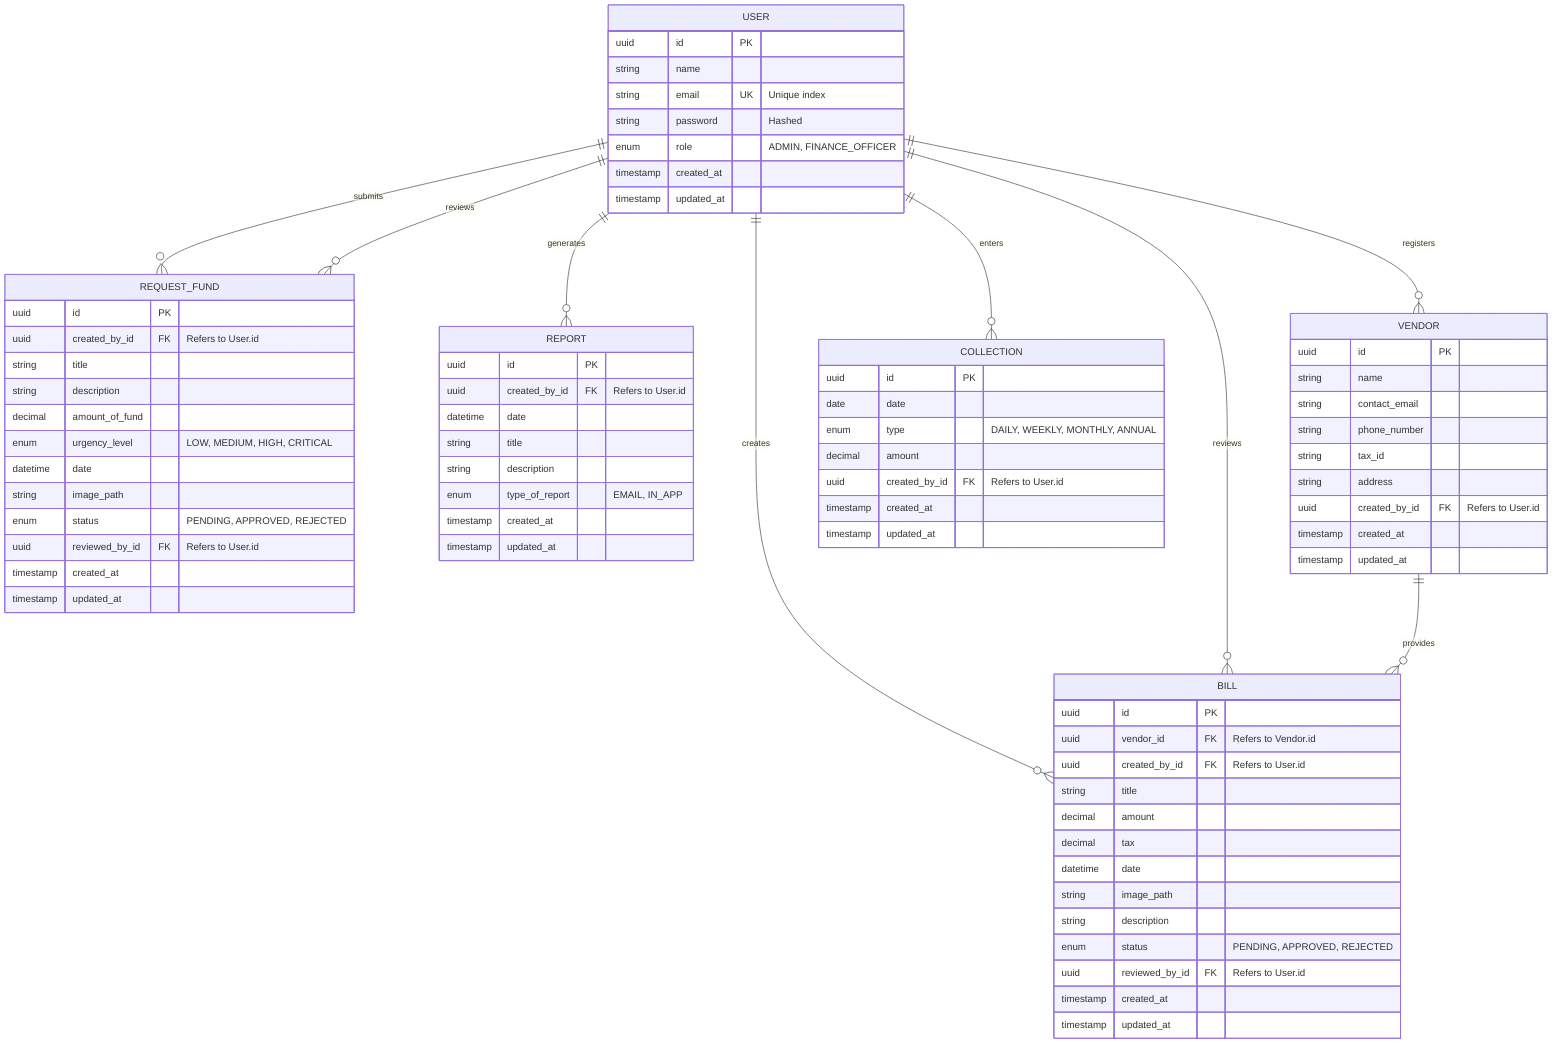
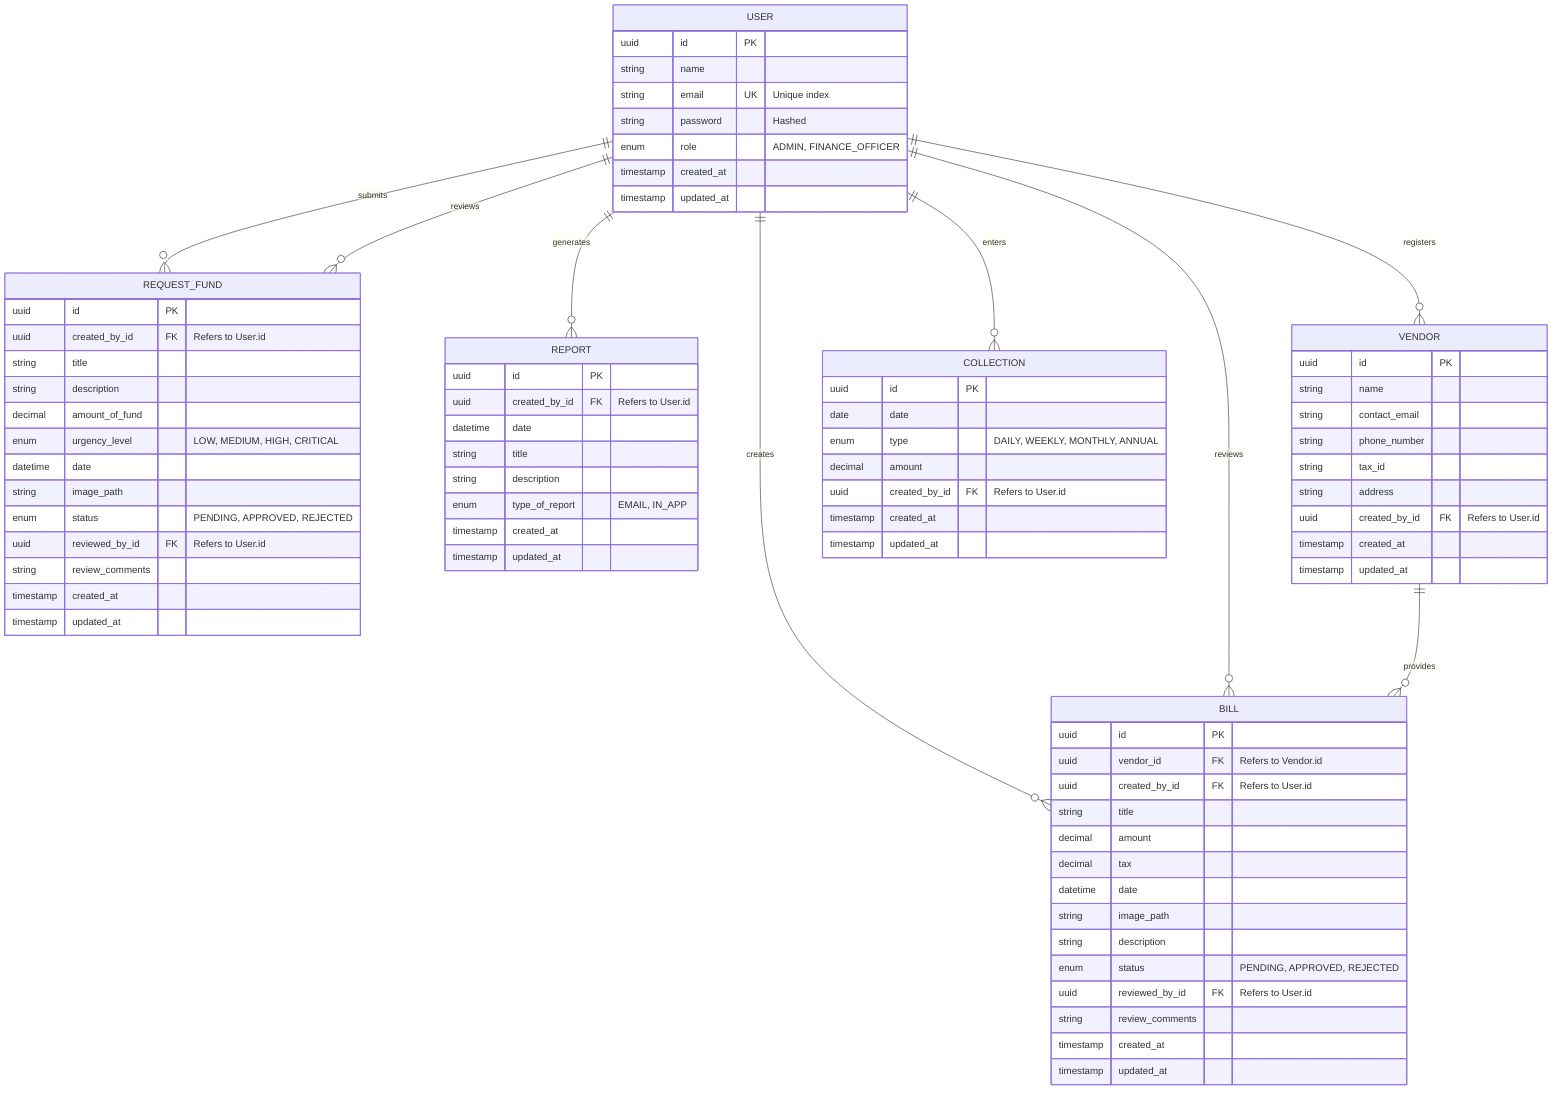
erDiagram
    %% Relationships
    USER ||--o{ BILL : "creates"
    USER ||--o{ REQUEST_FUND : "submits"
    USER ||--o{ REPORT : "generates"
    USER ||--o{ VENDOR : "registers"
    USER ||--o{ COLLECTION : "enters"
    USER ||--o{ BILL : "reviews"
    USER ||--o{ REQUEST_FUND : "reviews"
    VENDOR ||--o{ BILL : "provides"

    %% Tables
    USER {
        uuid id PK
        string name
        string email UK "Unique index"
        string password "Hashed"
        enum role "ADMIN, FINANCE_OFFICER"
        timestamp created_at
        timestamp updated_at
    }

    VENDOR {
        uuid id PK
        string name
        string contact_email
        string phone_number
        string tax_id
        string address
        uuid created_by_id FK "Refers to User.id"
        timestamp created_at
        timestamp updated_at
    }

    BILL {
        uuid id PK
        uuid vendor_id FK "Refers to Vendor.id"
        uuid created_by_id FK "Refers to User.id"
        string title
        decimal amount
        decimal tax
        datetime date
        string image_path
        string description
        enum status "PENDING, APPROVED, REJECTED"
        uuid reviewed_by_id FK "Refers to User.id"
+         string review_comments
        timestamp created_at
        timestamp updated_at
    }

    REQUEST_FUND {
        uuid id PK
        uuid created_by_id FK "Refers to User.id"
        string title
        string description
        decimal amount_of_fund
        enum urgency_level "LOW, MEDIUM, HIGH, CRITICAL"
        datetime date
        string image_path
        enum status "PENDING, APPROVED, REJECTED"
        uuid reviewed_by_id FK "Refers to User.id"
+         string review_comments
        timestamp created_at
        timestamp updated_at
    }

    COLLECTION {
        uuid id PK
        date date
        enum type "DAILY, WEEKLY, MONTHLY, ANNUAL"
        decimal amount
        uuid created_by_id FK "Refers to User.id"
        timestamp created_at
        timestamp updated_at
    }

    REPORT {
        uuid id PK
        uuid created_by_id FK "Refers to User.id"
        datetime date
        string title
        string description
        enum type_of_report "EMAIL, IN_APP"
        timestamp created_at
        timestamp updated_at
    }
